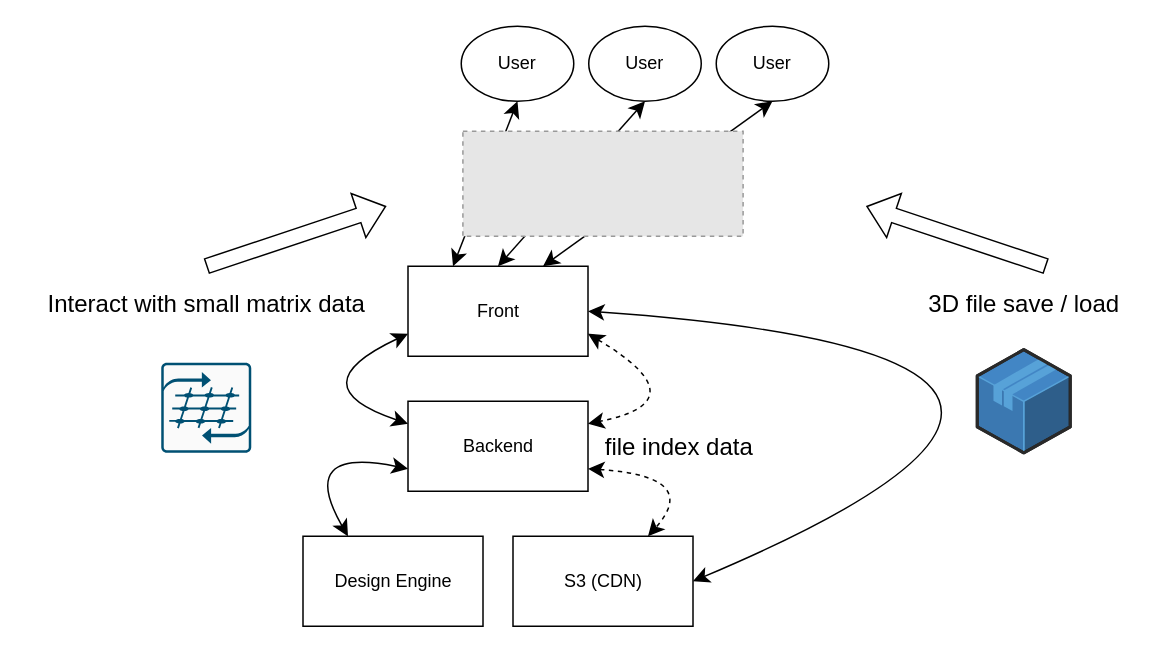
ArkimCity/ArkimCity.github.io keeps this draw.io diagram as assets/images/delivering-furniture/structure.drawio. Above is the earlier version. Source tidied: cells renumbered, new cells numbered last; positions are measured from the earlier drawing's top-left corner, leaving out a move shared by most shapes. Both pictures are drawn from the tidied source at 150%, with x=0, y=0 at pixel (26, 26). Pictures stored in the file or linked from it are replaced by grey dashed boxes.
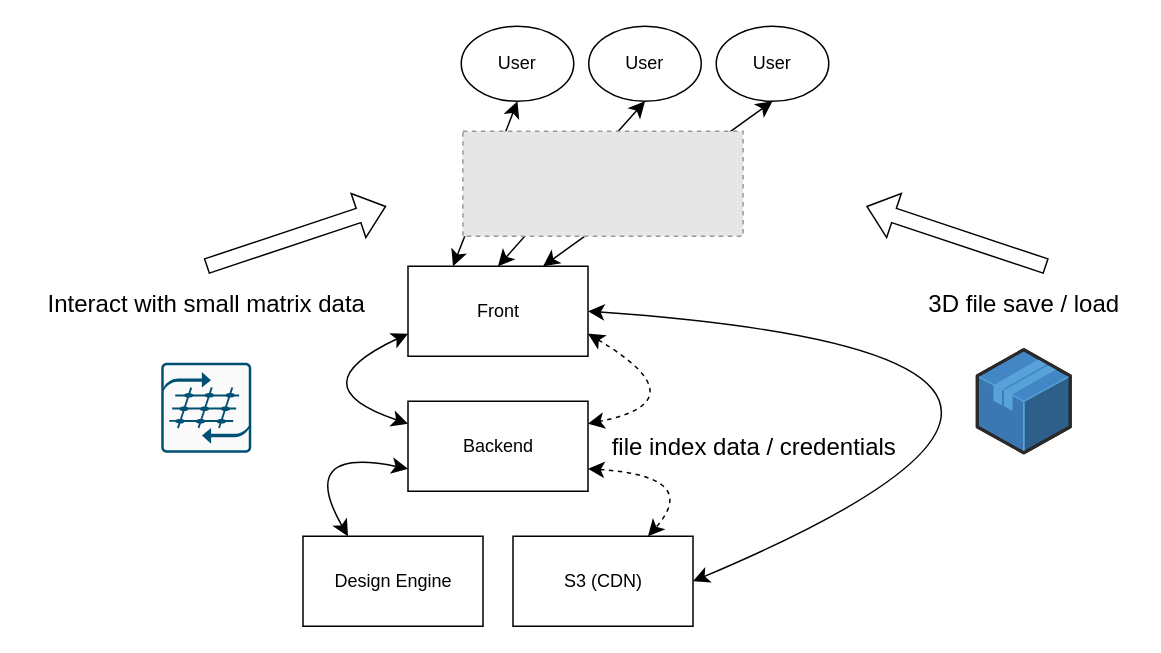
After the change.

Change to the diagram source:
```diff
@@
-    <mxCell id="24" value="file index data" style="text;html=1;align=center;verticalAlign=middle;strokeColor=none;fillColor=none;fontSize=16;" parent="1" vertex="1">
-      <mxGeometry x="375" y="265" width="120" height="30" as="geometry" />
+    <mxCell id="24" value="file index data / credentials" style="text;html=1;align=center;verticalAlign=middle;strokeColor=none;fillColor=none;fontSize=16;" parent="1" vertex="1">
+      <mxGeometry x="380" y="265" width="210" height="30" as="geometry" />
     </mxCell>
```
